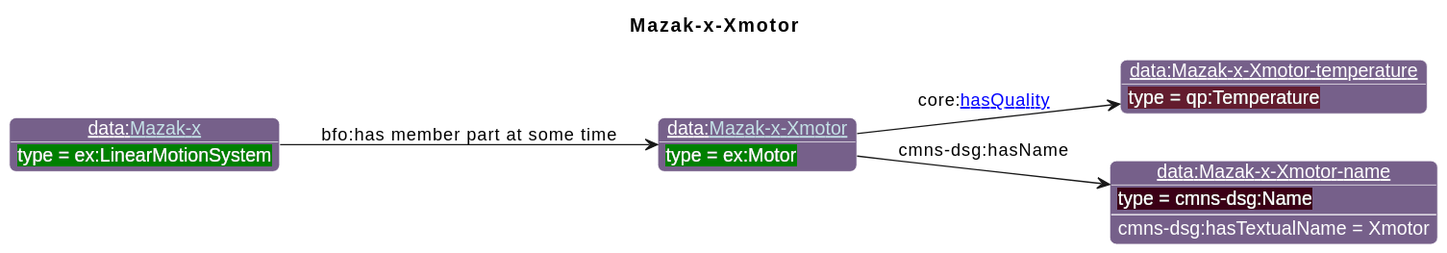
The PlantUML diagram diagrams/Mazak-x-Xmotor.svg in iofoundry/example-syseng-mtconnect, before a commit.
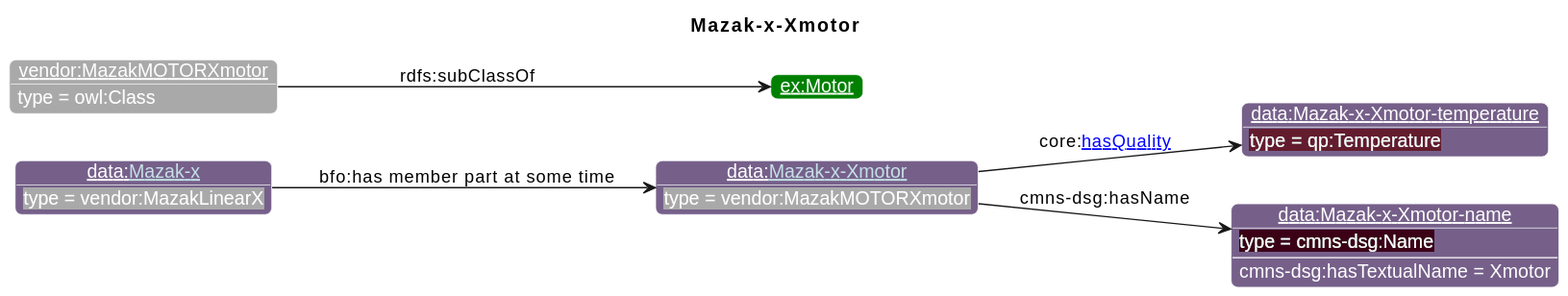
After the change.

The edit, as a diff of the source:
```diff
@@ -19,12 +19,15 @@
                       "ns1":"76608A",
 "ex":"Green","data":"76608A","core":"000000","units":"8A2D3B","qp":"641B2E","cmns-dsg":"3A0519"
 }
-individual(o1, data:[[./Mazak-x-Xmotor.html Mazak-x-Xmotor]], ex:Motor)
+individual(o1, data:[[./Mazak-x-Xmotor.html Mazak-x-Xmotor]], vendor:MazakMOTORXmotor)
 individual(o2, data:Mazak-x-Xmotor-temperature, qp:Temperature)
-individual(o3, data:Mazak-x-Xmotor-name, cmns-dsg:Name)
-individual(o4, data:[[./Mazak-x.html Mazak-x]], ex:LinearMotionSystem)
+individual(o3, vendor:MazakMOTORXmotor, owl:Class)
+individual(o4, ex:Motor)
+individual(o5, data:Mazak-x-Xmotor-name, cmns-dsg:Name)
+individual(o6, data:[[./Mazak-x.html Mazak-x]], vendor:MazakLinearX)
 property(o1, core:[[https://spec.industrialontologies.org/ontology/core/Core/hasQuality hasQuality]], o2)
-property(o1, cmns-dsg:hasName, o3)
-data(o3, cmns-dsg:hasTextualName, Xmotor)
-property(o4, "bfo:has member part at some time", o1)
+property(o3, rdfs:subClassOf, o4)
+property(o1, cmns-dsg:hasName, o5)
+data(o5, cmns-dsg:hasTextualName, Xmotor)
+property(o6, "bfo:has member part at some time", o1)
 @enduml
```
